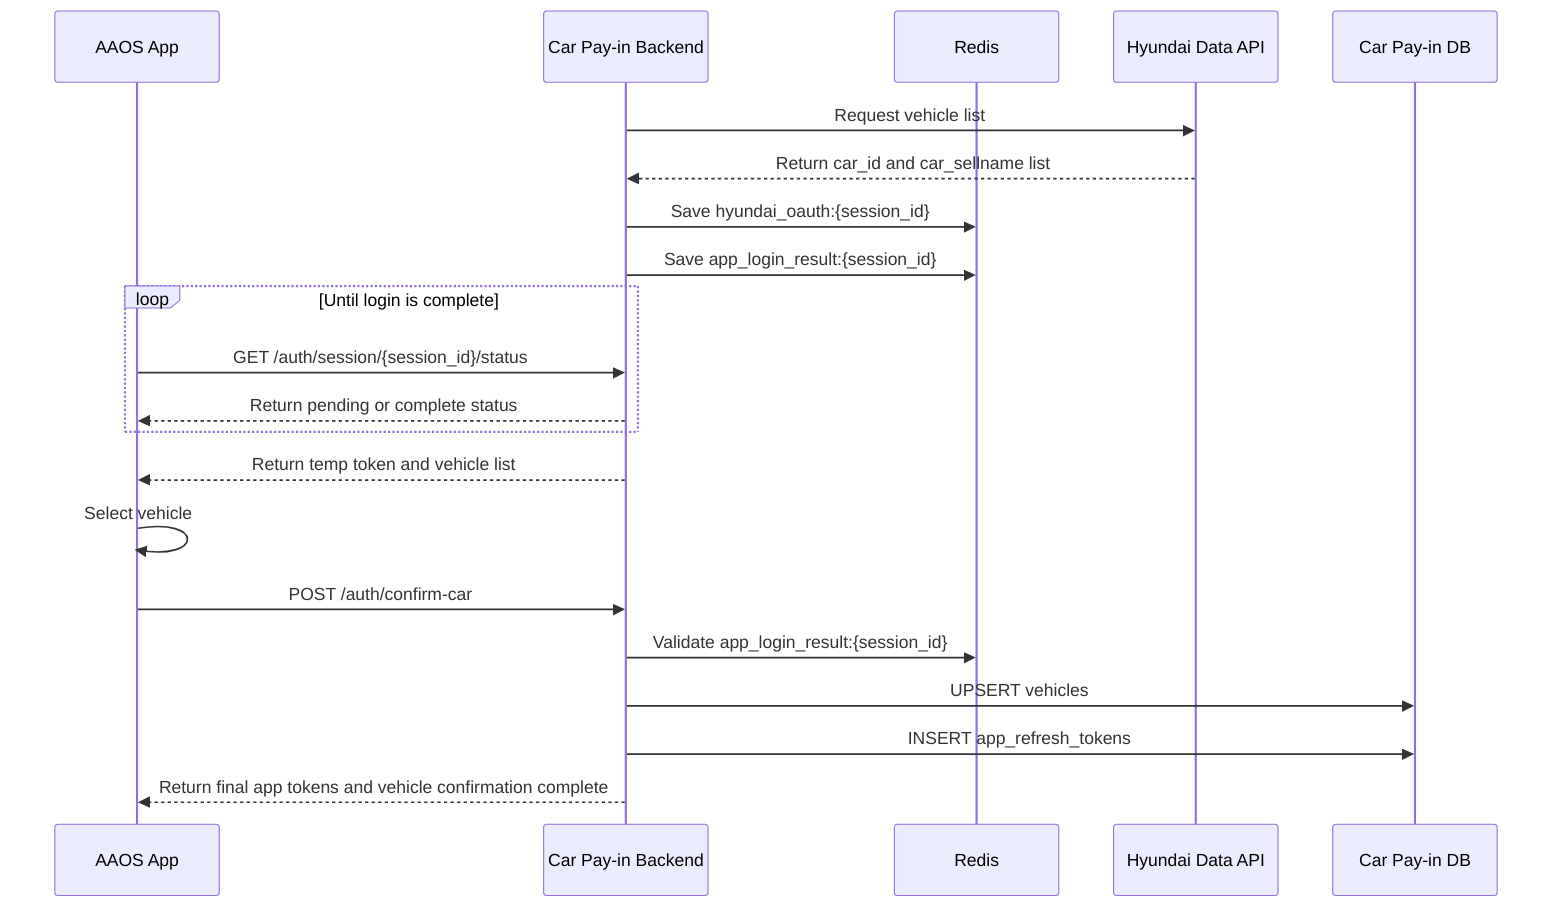
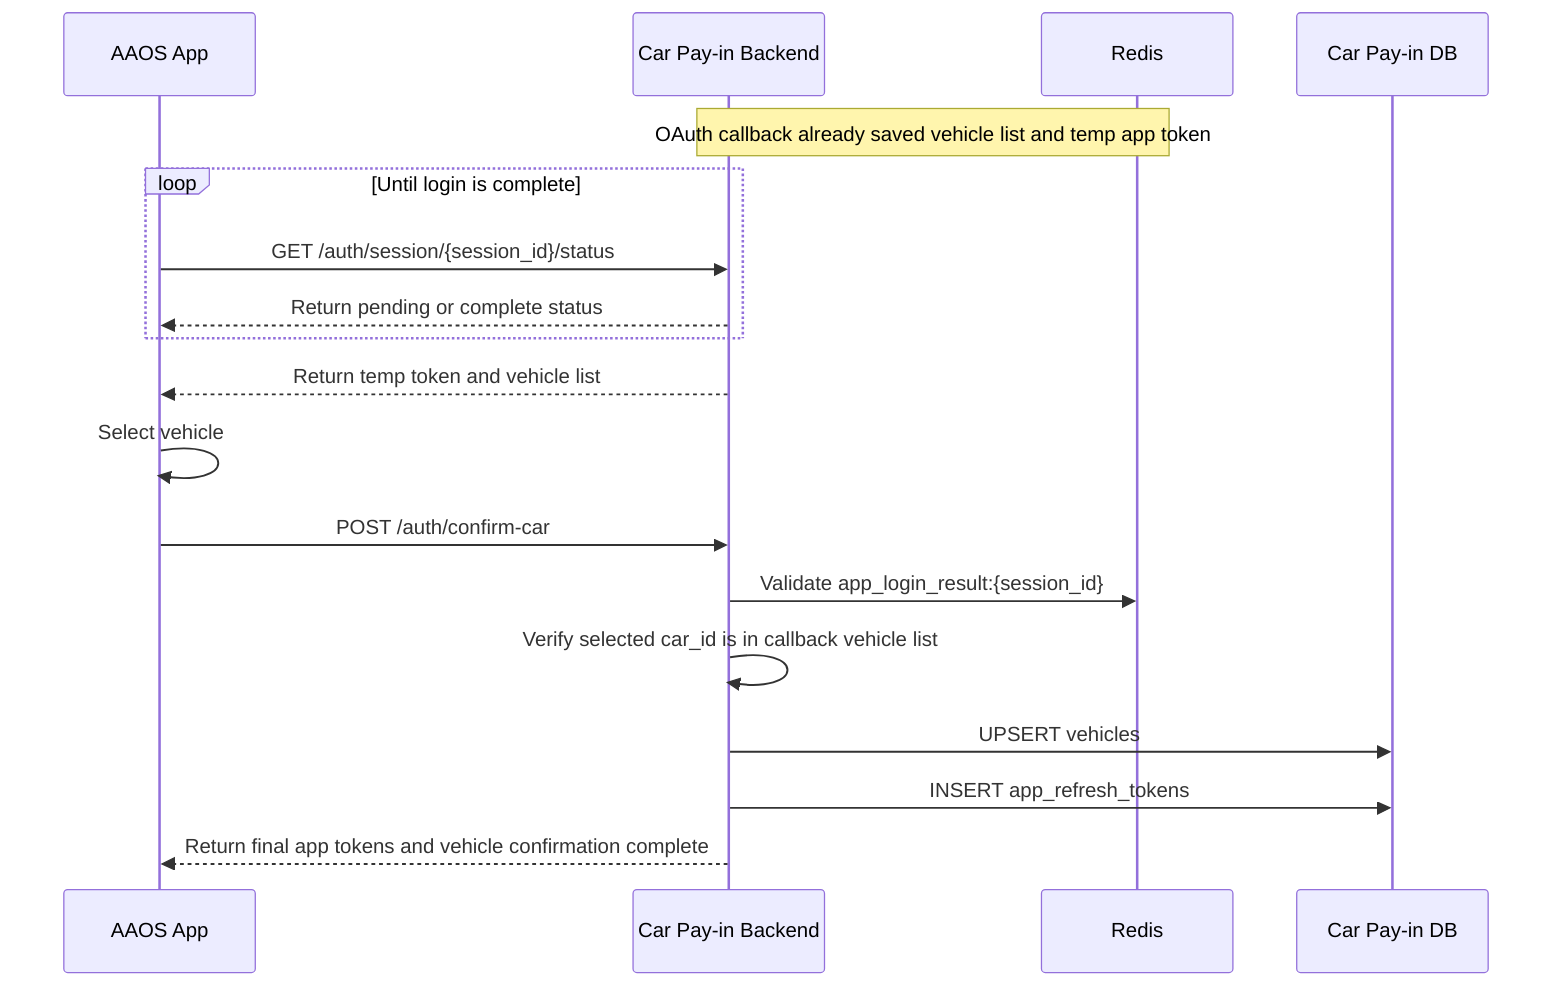
sequenceDiagram
    participant App as AAOS App
    participant Backend as Car Pay-in Backend
    participant Redis as Redis
-     participant Hyundai as Hyundai Data API
    participant DB as Car Pay-in DB

-     Backend->>Hyundai: Request vehicle list
-     Hyundai-->>Backend: Return car_id and car_sellname list
-     Backend->>Redis: Save hyundai_oauth:{session_id}
-     Backend->>Redis: Save app_login_result:{session_id}
+     Note over Backend,Redis: OAuth callback already saved vehicle list and temp app token

    loop Until login is complete
        App->>Backend: GET /auth/session/{session_id}/status
        Backend-->>App: Return pending or complete status
    end

    Backend-->>App: Return temp token and vehicle list
    App->>App: Select vehicle
    App->>Backend: POST /auth/confirm-car

    Backend->>Redis: Validate app_login_result:{session_id}
+     Backend->>Backend: Verify selected car_id is in callback vehicle list
    Backend->>DB: UPSERT vehicles
    Backend->>DB: INSERT app_refresh_tokens
    Backend-->>App: Return final app tokens and vehicle confirmation complete
